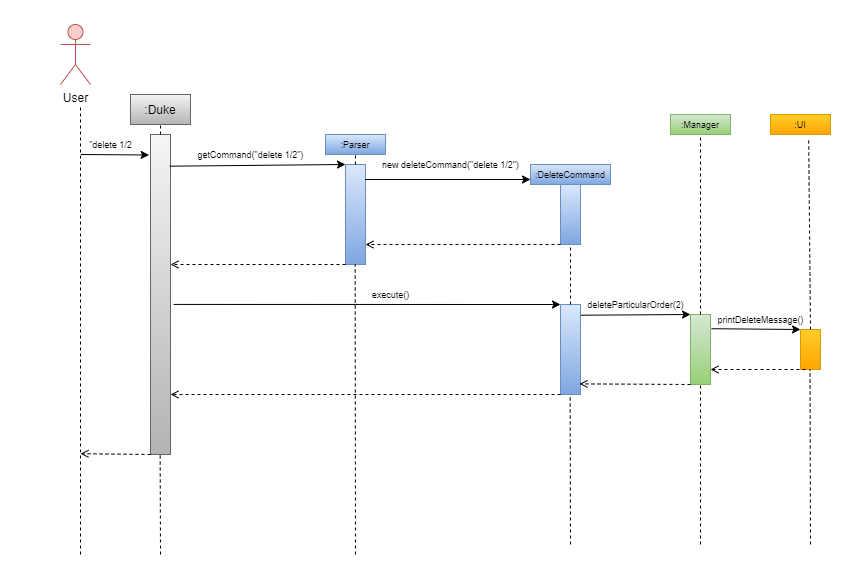
Above: UMLdiagrams/ArchitectureDiagrams/DeleteSeq.png in thaddyyz/tp (draw.io), before the change. Source tidied: cells renumbered, new cells last; positions are measured from the earlier drawing's top-left corner, leaving out a move shared by most shapes. Source of this version:
```xml
<mxGraphModel>
  <root>
    <mxCell id="0" />
    <mxCell id="1" parent="0" />
    <mxCell id="2" style="endArrow=none;dashed=1;html=1;rounded=0;" parent="1" edge="1">
      <mxGeometry relative="1" as="geometry">
        <mxPoint x="20" y="530" as="sourcePoint" />
        <mxPoint x="20" y="80" as="targetPoint" />
      </mxGeometry>
    </mxCell>
    <mxCell id="3" value="User&lt;br&gt;" style="shape=umlActor;verticalLabelPosition=bottom;verticalAlign=top;html=1;fillColor=#f8cecc;strokeColor=#b85450;" parent="1" vertex="1">
      <mxGeometry width="30" height="60" as="geometry" />
    </mxCell>
    <mxCell id="4" value=":Duke" style="whiteSpace=wrap;html=1;fillColor=#f5f5f5;gradientColor=#b3b3b3;strokeColor=#666666;" parent="1" vertex="1">
      <mxGeometry x="70" y="70" width="60" height="30" as="geometry" />
    </mxCell>
    <mxCell id="5" style="rounded=0;whiteSpace=wrap;html=1;fillColor=#f5f5f5;gradientColor=#b3b3b3;strokeColor=#666666;" parent="1" vertex="1">
      <mxGeometry x="90" y="110" width="20" height="320" as="geometry" />
    </mxCell>
    <mxCell id="6" style="endArrow=classic;html=1;rounded=0;fontColor=#FF0000;entryX=-0.07;entryY=0.064;entryDx=0;entryDy=0;entryPerimeter=0;" parent="1" edge="1" target="5">
      <mxGeometry relative="1" as="geometry">
        <mxPoint x="20.3" y="130" as="sourcePoint" />
      </mxGeometry>
    </mxCell>
    <mxCell id="7" style="endArrow=none;dashed=1;html=1;rounded=0;fontSize=10;fontColor=#000000;entryX=0.5;entryY=1;entryDx=0;entryDy=0;exitX=0.5;exitY=0;exitDx=0;exitDy=0;" parent="1" edge="1" source="5" target="4">
      <mxGeometry relative="1" as="geometry" />
    </mxCell>
    <mxCell id="8" style="endArrow=open;html=1;rounded=0;fontSize=9;fontColor=#000000;exitX=0;exitY=1;exitDx=0;exitDy=0;entryX=0.983;entryY=0.92;entryDx=0;entryDy=0;entryPerimeter=0;dashed=1;endFill=0;" parent="1" edge="1" source="5">
      <mxGeometry relative="1" as="geometry">
        <mxPoint x="20" y="429.2" as="targetPoint" />
      </mxGeometry>
    </mxCell>
    <mxCell id="9" value="&quot;delete 1/2" style="text;html=1;align=center;verticalAlign=middle;strokeColor=none;fillColor=none;fontSize=9;fontColor=#000000;" parent="1" vertex="1">
      <mxGeometry x="20" y="110" width="60" height="20" as="geometry" />
    </mxCell>
    <mxCell id="10" value=":Parser" style="rounded=0;whiteSpace=wrap;html=1;fontSize=9;fillColor=#dae8fc;gradientColor=#7ea6e0;strokeColor=#6c8ebf;" parent="1" vertex="1">
      <mxGeometry x="265" y="110" width="60" height="20" as="geometry" />
    </mxCell>
    <mxCell id="11" style="rounded=0;whiteSpace=wrap;html=1;fillColor=#dae8fc;strokeColor=#6c8ebf;gradientColor=#7ea6e0;" parent="1" vertex="1">
      <mxGeometry x="285" y="140" width="20" height="100" as="geometry" />
    </mxCell>
    <mxCell id="12" style="endArrow=none;dashed=1;html=1;rounded=0;fontSize=9;fontColor=#000000;entryX=0.5;entryY=1;entryDx=0;entryDy=0;exitX=0.5;exitY=0;exitDx=0;exitDy=0;" parent="1" edge="1" source="11" target="10">
      <mxGeometry relative="1" as="geometry" />
    </mxCell>
    <mxCell id="13" style="endArrow=classic;html=1;rounded=0;fontSize=9;fontColor=#000000;entryX=0;entryY=0;entryDx=0;entryDy=0;exitX=0.967;exitY=0.099;exitDx=0;exitDy=0;exitPerimeter=0;" parent="1" edge="1" source="5" target="11">
      <mxGeometry relative="1" as="geometry" />
    </mxCell>
    <mxCell id="14" style="endArrow=open;html=1;rounded=0;dashed=1;fontSize=9;fontColor=#000000;exitX=0;exitY=1;exitDx=0;exitDy=0;endFill=0;" parent="1" edge="1" source="11">
      <mxGeometry relative="1" as="geometry">
        <mxPoint x="110" y="240" as="targetPoint" />
      </mxGeometry>
    </mxCell>
    <mxCell id="15" value="getCommand(&quot;delete 1/2&quot;)" style="text;html=1;align=center;verticalAlign=middle;strokeColor=none;fillColor=none;fontSize=9;fontColor=#000000;" parent="1" vertex="1">
      <mxGeometry x="130" y="120" width="120" height="20" as="geometry" />
    </mxCell>
    <mxCell id="16" value=":DeleteCommand" style="rounded=0;whiteSpace=wrap;html=1;fontSize=9;fillColor=#dae8fc;gradientColor=#7ea6e0;strokeColor=#6c8ebf;" parent="1" vertex="1">
      <mxGeometry x="470" y="140" width="80" height="20" as="geometry" />
    </mxCell>
    <mxCell id="17" style="rounded=0;whiteSpace=wrap;html=1;fillColor=#dae8fc;strokeColor=#6c8ebf;gradientColor=#7ea6e0;" parent="1" vertex="1">
      <mxGeometry x="500" y="160" width="20" height="60" as="geometry" />
    </mxCell>
    <mxCell id="18" style="endArrow=classic;html=1;rounded=0;fontSize=9;fontColor=#000000;entryX=0;entryY=0.75;entryDx=0;entryDy=0;exitX=0.976;exitY=0.15;exitDx=0;exitDy=0;exitPerimeter=0;" parent="1" edge="1" source="11" target="16">
      <mxGeometry relative="1" as="geometry" />
    </mxCell>
    <mxCell id="19" value="new deleteCommand(&quot;delete 1/2&quot;)" style="text;html=1;align=center;verticalAlign=middle;strokeColor=none;fillColor=none;fontSize=9;fontColor=#000000;" parent="1" vertex="1">
      <mxGeometry x="315" y="130" width="150" height="20" as="geometry" />
    </mxCell>
    <mxCell id="20" style="endArrow=open;html=1;rounded=0;fontSize=9;fontColor=#000000;exitX=0;exitY=1;exitDx=0;exitDy=0;entryX=1;entryY=0.8;entryDx=0;entryDy=0;entryPerimeter=0;dashed=1;endFill=0;" parent="1" edge="1" source="17" target="11">
      <mxGeometry relative="1" as="geometry" />
    </mxCell>
    <mxCell id="21" style="rounded=0;whiteSpace=wrap;html=1;fillColor=#dae8fc;strokeColor=#6c8ebf;gradientColor=#7ea6e0;" parent="1" vertex="1">
      <mxGeometry x="500" y="280" width="20" height="90" as="geometry" />
    </mxCell>
    <mxCell id="22" style="endArrow=none;dashed=1;html=1;rounded=0;fontSize=9;fontColor=#000000;entryX=0.5;entryY=1;entryDx=0;entryDy=0;exitX=0.5;exitY=0;exitDx=0;exitDy=0;" parent="1" edge="1" source="21" target="17">
      <mxGeometry relative="1" as="geometry" />
    </mxCell>
    <mxCell id="23" style="endArrow=none;dashed=1;html=1;rounded=0;fontSize=9;fontColor=#000000;entryX=0.5;entryY=1;entryDx=0;entryDy=0;" parent="1" edge="1">
      <mxGeometry relative="1" as="geometry">
        <mxPoint x="510" y="520" as="sourcePoint" />
        <mxPoint x="509.7" y="370" as="targetPoint" />
      </mxGeometry>
    </mxCell>
    <mxCell id="24" style="endArrow=none;dashed=1;html=1;rounded=0;fontSize=9;fontColor=#000000;entryX=0.5;entryY=1;entryDx=0;entryDy=0;" parent="1" edge="1">
      <mxGeometry relative="1" as="geometry">
        <mxPoint x="100" y="530" as="sourcePoint" />
        <mxPoint x="99.7" y="430" as="targetPoint" />
      </mxGeometry>
    </mxCell>
    <mxCell id="25" style="endArrow=none;dashed=1;html=1;rounded=0;fontSize=9;fontColor=#000000;entryX=0.5;entryY=1;entryDx=0;entryDy=0;" parent="1" edge="1">
      <mxGeometry relative="1" as="geometry">
        <mxPoint x="295" y="530" as="sourcePoint" />
        <mxPoint x="294.7" y="240" as="targetPoint" />
      </mxGeometry>
    </mxCell>
    <mxCell id="26" style="endArrow=classic;html=1;rounded=0;fontSize=9;fontColor=#000000;entryX=0;entryY=0;entryDx=0;entryDy=0;exitX=1.157;exitY=0.531;exitDx=0;exitDy=0;exitPerimeter=0;" parent="1" edge="1" source="5" target="21">
      <mxGeometry relative="1" as="geometry" />
    </mxCell>
    <mxCell id="27" value="execute()" style="text;html=1;align=center;verticalAlign=middle;strokeColor=none;fillColor=none;fontSize=9;fontColor=#000000;" parent="1" vertex="1">
      <mxGeometry x="305" y="260" width="50" height="20" as="geometry" />
    </mxCell>
    <mxCell id="28" style="endArrow=open;html=1;rounded=0;fontSize=9;fontColor=#000000;exitX=0;exitY=1;exitDx=0;exitDy=0;dashed=1;endFill=0;" parent="1" edge="1" source="21">
      <mxGeometry relative="1" as="geometry">
        <mxPoint x="110" y="370" as="targetPoint" />
      </mxGeometry>
    </mxCell>
    <mxCell id="29" value=":Manager" style="rounded=0;whiteSpace=wrap;html=1;fontSize=9;fillColor=#d5e8d4;gradientColor=#97d077;strokeColor=#82b366;" parent="1" vertex="1">
      <mxGeometry x="610" y="90" width="60" height="20" as="geometry" />
    </mxCell>
    <mxCell id="30" style="rounded=0;whiteSpace=wrap;html=1;fillColor=#d5e8d4;strokeColor=#82b366;gradientColor=#97d077;" parent="1" vertex="1">
      <mxGeometry x="630" y="290" width="20" height="70" as="geometry" />
    </mxCell>
    <mxCell id="31" style="endArrow=none;dashed=1;html=1;rounded=0;fontSize=9;fontColor=#000000;exitX=0.5;exitY=0;exitDx=0;exitDy=0;entryX=0.5;entryY=1;entryDx=0;entryDy=0;" parent="1" edge="1" source="30" target="29">
      <mxGeometry relative="1" as="geometry" />
    </mxCell>
    <mxCell id="32" style="endArrow=classic;html=1;rounded=0;fontSize=9;fontColor=#000000;entryX=0;entryY=0;entryDx=0;entryDy=0;exitX=1.021;exitY=0.119;exitDx=0;exitDy=0;exitPerimeter=0;" parent="1" edge="1" source="21" target="30">
      <mxGeometry relative="1" as="geometry" />
    </mxCell>
    <mxCell id="33" value="deleteParticularOrder(2)" style="text;html=1;align=center;verticalAlign=middle;strokeColor=none;fillColor=none;fontSize=9;fontColor=#000000;" parent="1" vertex="1">
      <mxGeometry x="520" y="270" width="110" height="20" as="geometry" />
    </mxCell>
    <mxCell id="34" style="endArrow=open;html=1;rounded=0;fontSize=9;fontColor=#000000;exitX=0;exitY=1;exitDx=0;exitDy=0;entryX=0.95;entryY=0.882;entryDx=0;entryDy=0;entryPerimeter=0;dashed=1;endFill=0;" parent="1" edge="1" source="30" target="21">
      <mxGeometry relative="1" as="geometry" />
    </mxCell>
    <mxCell id="35" value=":UI" style="rounded=0;whiteSpace=wrap;html=1;fontSize=9;fillColor=#ffcd28;gradientColor=#ffa500;strokeColor=#d79b00;" parent="1" vertex="1">
      <mxGeometry x="710" y="90" width="60" height="20" as="geometry" />
    </mxCell>
    <mxCell id="36" style="rounded=0;whiteSpace=wrap;html=1;fillColor=#ffcd28;strokeColor=#d79b00;gradientColor=#ffa500;" parent="1" vertex="1">
      <mxGeometry x="740" y="305" width="20" height="40" as="geometry" />
    </mxCell>
    <mxCell id="37" style="endArrow=none;dashed=1;html=1;rounded=0;fontSize=9;fontColor=#000000;exitX=0.5;exitY=0;exitDx=0;exitDy=0;entryX=0.636;entryY=1.247;entryDx=0;entryDy=0;entryPerimeter=0;" parent="1" edge="1" source="36" target="35">
      <mxGeometry relative="1" as="geometry" />
    </mxCell>
    <mxCell id="38" style="endArrow=classic;html=1;rounded=0;fontSize=9;fontColor=#000000;exitX=1.05;exitY=0.203;exitDx=0;exitDy=0;exitPerimeter=0;entryX=0;entryY=0;entryDx=0;entryDy=0;" parent="1" edge="1" source="30" target="36">
      <mxGeometry relative="1" as="geometry" />
    </mxCell>
    <mxCell id="39" value="printDeleteMessage()" style="text;html=1;align=center;verticalAlign=middle;strokeColor=none;fillColor=none;fontSize=9;fontColor=#000000;" parent="1" vertex="1">
      <mxGeometry x="650" y="285" width="100" height="20" as="geometry" />
    </mxCell>
    <mxCell id="40" style="endArrow=none;dashed=1;html=1;rounded=0;fontSize=9;fontColor=#000000;entryX=0.5;entryY=1;entryDx=0;entryDy=0;" parent="1" edge="1" target="30">
      <mxGeometry relative="1" as="geometry">
        <mxPoint x="640" y="520" as="sourcePoint" />
      </mxGeometry>
    </mxCell>
    <mxCell id="41" style="endArrow=open;html=1;rounded=0;fontSize=9;fontColor=#000000;exitX=0.25;exitY=1;exitDx=0;exitDy=0;dashed=1;endFill=0;" parent="1" edge="1" source="36">
      <mxGeometry relative="1" as="geometry">
        <mxPoint x="650" y="345" as="targetPoint" />
      </mxGeometry>
    </mxCell>
    <mxCell id="42" style="endArrow=none;dashed=1;html=1;rounded=0;fontSize=9;fontColor=#000000;entryX=0.5;entryY=1;entryDx=0;entryDy=0;" parent="1" edge="1">
      <mxGeometry relative="1" as="geometry">
        <mxPoint x="750" y="520" as="sourcePoint" />
        <mxPoint x="749.5" y="345" as="targetPoint" />
      </mxGeometry>
    </mxCell>
  </root>
</mxGraphModel>
```
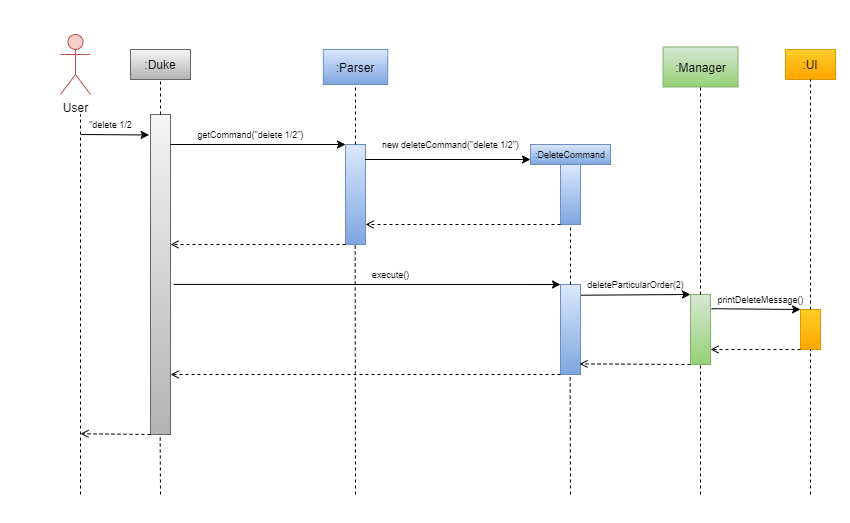
The same file after the commit.

The edit, as a diff of the source:
```diff
@@ -4,15 +4,15 @@
     <mxCell id="1" parent="0" />
     <mxCell id="2" style="endArrow=none;dashed=1;html=1;rounded=0;" parent="1" edge="1">
       <mxGeometry relative="1" as="geometry">
-        <mxPoint x="20" y="530" as="sourcePoint" />
-        <mxPoint x="20" y="80" as="targetPoint" />
+        <mxPoint x="20" y="490" as="sourcePoint" />
+        <mxPoint x="20" y="110" as="targetPoint" />
       </mxGeometry>
     </mxCell>
     <mxCell id="3" value="User&lt;br&gt;" style="shape=umlActor;verticalLabelPosition=bottom;verticalAlign=top;html=1;fillColor=#f8cecc;strokeColor=#b85450;" parent="1" vertex="1">
-      <mxGeometry width="30" height="60" as="geometry" />
+      <mxGeometry y="30" width="30" height="60" as="geometry" />
     </mxCell>
     <mxCell id="4" value=":Duke" style="whiteSpace=wrap;html=1;fillColor=#f5f5f5;gradientColor=#b3b3b3;strokeColor=#666666;" parent="1" vertex="1">
-      <mxGeometry x="70" y="70" width="60" height="30" as="geometry" />
+      <mxGeometry x="70" y="45" width="60" height="30" as="geometry" />
     </mxCell>
     <mxCell id="5" style="rounded=0;whiteSpace=wrap;html=1;fillColor=#f5f5f5;gradientColor=#b3b3b3;strokeColor=#666666;" parent="1" vertex="1">
       <mxGeometry x="90" y="110" width="20" height="320" as="geometry" />
@@ -33,8 +33,8 @@
     <mxCell id="9" value="&quot;delete 1/2" style="text;html=1;align=center;verticalAlign=middle;strokeColor=none;fillColor=none;fontSize=9;fontColor=#000000;" parent="1" vertex="1">
       <mxGeometry x="20" y="110" width="60" height="20" as="geometry" />
     </mxCell>
-    <mxCell id="10" value=":Parser" style="rounded=0;whiteSpace=wrap;html=1;fontSize=9;fillColor=#dae8fc;gradientColor=#7ea6e0;strokeColor=#6c8ebf;" parent="1" vertex="1">
-      <mxGeometry x="265" y="110" width="60" height="20" as="geometry" />
+    <mxCell id="10" value=":Parser" style="rounded=0;whiteSpace=wrap;html=1;fontSize=12;fillColor=#dae8fc;gradientColor=#7ea6e0;strokeColor=#6c8ebf;" parent="1" vertex="1">
+      <mxGeometry x="262.8" y="45" width="64.4" height="35" as="geometry" />
     </mxCell>
     <mxCell id="11" style="rounded=0;whiteSpace=wrap;html=1;fillColor=#dae8fc;strokeColor=#6c8ebf;gradientColor=#7ea6e0;" parent="1" vertex="1">
       <mxGeometry x="285" y="140" width="20" height="100" as="geometry" />
@@ -42,8 +42,10 @@
     <mxCell id="12" style="endArrow=none;dashed=1;html=1;rounded=0;fontSize=9;fontColor=#000000;entryX=0.5;entryY=1;entryDx=0;entryDy=0;exitX=0.5;exitY=0;exitDx=0;exitDy=0;" parent="1" edge="1" source="11" target="10">
       <mxGeometry relative="1" as="geometry" />
     </mxCell>
-    <mxCell id="13" style="endArrow=classic;html=1;rounded=0;fontSize=9;fontColor=#000000;entryX=0;entryY=0;entryDx=0;entryDy=0;exitX=0.967;exitY=0.099;exitDx=0;exitDy=0;exitPerimeter=0;" parent="1" edge="1" source="5" target="11">
-      <mxGeometry relative="1" as="geometry" />
+    <mxCell id="13" style="endArrow=classic;html=1;rounded=0;fontSize=9;fontColor=#000000;entryX=0;entryY=0;entryDx=0;entryDy=0;" parent="1" edge="1" target="11">
+      <mxGeometry relative="1" as="geometry">
+        <mxPoint x="110" y="140" as="sourcePoint" />
+      </mxGeometry>
     </mxCell>
     <mxCell id="14" style="endArrow=open;html=1;rounded=0;dashed=1;fontSize=9;fontColor=#000000;exitX=0;exitY=1;exitDx=0;exitDy=0;endFill=0;" parent="1" edge="1" source="11">
       <mxGeometry relative="1" as="geometry">
@@ -76,19 +78,19 @@
     </mxCell>
     <mxCell id="23" style="endArrow=none;dashed=1;html=1;rounded=0;fontSize=9;fontColor=#000000;entryX=0.5;entryY=1;entryDx=0;entryDy=0;" parent="1" edge="1">
       <mxGeometry relative="1" as="geometry">
-        <mxPoint x="510" y="520" as="sourcePoint" />
+        <mxPoint x="510" y="490" as="sourcePoint" />
         <mxPoint x="509.7" y="370" as="targetPoint" />
       </mxGeometry>
     </mxCell>
     <mxCell id="24" style="endArrow=none;dashed=1;html=1;rounded=0;fontSize=9;fontColor=#000000;entryX=0.5;entryY=1;entryDx=0;entryDy=0;" parent="1" edge="1">
       <mxGeometry relative="1" as="geometry">
-        <mxPoint x="100" y="530" as="sourcePoint" />
+        <mxPoint x="100" y="490" as="sourcePoint" />
         <mxPoint x="99.7" y="430" as="targetPoint" />
       </mxGeometry>
     </mxCell>
     <mxCell id="25" style="endArrow=none;dashed=1;html=1;rounded=0;fontSize=9;fontColor=#000000;entryX=0.5;entryY=1;entryDx=0;entryDy=0;" parent="1" edge="1">
       <mxGeometry relative="1" as="geometry">
-        <mxPoint x="295" y="530" as="sourcePoint" />
+        <mxPoint x="295" y="490" as="sourcePoint" />
         <mxPoint x="294.7" y="240" as="targetPoint" />
       </mxGeometry>
     </mxCell>
@@ -103,8 +105,8 @@
         <mxPoint x="110" y="370" as="targetPoint" />
       </mxGeometry>
     </mxCell>
-    <mxCell id="29" value=":Manager" style="rounded=0;whiteSpace=wrap;html=1;fontSize=9;fillColor=#d5e8d4;gradientColor=#97d077;strokeColor=#82b366;" parent="1" vertex="1">
-      <mxGeometry x="610" y="90" width="60" height="20" as="geometry" />
+    <mxCell id="29" value=":Manager" style="rounded=0;whiteSpace=wrap;html=1;fontSize=12;fillColor=#d5e8d4;gradientColor=#97d077;strokeColor=#82b366;" parent="1" vertex="1">
+      <mxGeometry x="602.5" y="42.5" width="75" height="40" as="geometry" />
     </mxCell>
     <mxCell id="30" style="rounded=0;whiteSpace=wrap;html=1;fillColor=#d5e8d4;strokeColor=#82b366;gradientColor=#97d077;" parent="1" vertex="1">
       <mxGeometry x="630" y="290" width="20" height="70" as="geometry" />
@@ -121,13 +123,13 @@
     <mxCell id="34" style="endArrow=open;html=1;rounded=0;fontSize=9;fontColor=#000000;exitX=0;exitY=1;exitDx=0;exitDy=0;entryX=0.95;entryY=0.882;entryDx=0;entryDy=0;entryPerimeter=0;dashed=1;endFill=0;" parent="1" edge="1" source="30" target="21">
       <mxGeometry relative="1" as="geometry" />
     </mxCell>
-    <mxCell id="35" value=":UI" style="rounded=0;whiteSpace=wrap;html=1;fontSize=9;fillColor=#ffcd28;gradientColor=#ffa500;strokeColor=#d79b00;" parent="1" vertex="1">
-      <mxGeometry x="710" y="90" width="60" height="20" as="geometry" />
+    <mxCell id="35" value=":UI" style="rounded=0;whiteSpace=wrap;html=1;fontSize=12;fillColor=#ffcd28;gradientColor=#ffa500;strokeColor=#d79b00;" parent="1" vertex="1">
+      <mxGeometry x="725" y="45" width="50" height="30" as="geometry" />
     </mxCell>
     <mxCell id="36" style="rounded=0;whiteSpace=wrap;html=1;fillColor=#ffcd28;strokeColor=#d79b00;gradientColor=#ffa500;" parent="1" vertex="1">
       <mxGeometry x="740" y="305" width="20" height="40" as="geometry" />
     </mxCell>
-    <mxCell id="37" style="endArrow=none;dashed=1;html=1;rounded=0;fontSize=9;fontColor=#000000;exitX=0.5;exitY=0;exitDx=0;exitDy=0;entryX=0.636;entryY=1.247;entryDx=0;entryDy=0;entryPerimeter=0;" parent="1" edge="1" source="36" target="35">
+    <mxCell id="37" style="endArrow=none;dashed=1;html=1;rounded=0;fontSize=9;fontColor=#000000;exitX=0.5;exitY=0;exitDx=0;exitDy=0;entryX=0.5;entryY=1;entryDx=0;entryDy=0;" parent="1" edge="1" source="36" target="35">
       <mxGeometry relative="1" as="geometry" />
     </mxCell>
     <mxCell id="38" style="endArrow=classic;html=1;rounded=0;fontSize=9;fontColor=#000000;exitX=1.05;exitY=0.203;exitDx=0;exitDy=0;exitPerimeter=0;entryX=0;entryY=0;entryDx=0;entryDy=0;" parent="1" edge="1" source="30" target="36">
@@ -138,18 +140,19 @@
     </mxCell>
     <mxCell id="40" style="endArrow=none;dashed=1;html=1;rounded=0;fontSize=9;fontColor=#000000;entryX=0.5;entryY=1;entryDx=0;entryDy=0;" parent="1" edge="1" target="30">
       <mxGeometry relative="1" as="geometry">
-        <mxPoint x="640" y="520" as="sourcePoint" />
+        <mxPoint x="640" y="490" as="sourcePoint" />
       </mxGeometry>
     </mxCell>
-    <mxCell id="41" style="endArrow=open;html=1;rounded=0;fontSize=9;fontColor=#000000;exitX=0.25;exitY=1;exitDx=0;exitDy=0;dashed=1;endFill=0;" parent="1" edge="1" source="36">
+    <mxCell id="41" style="endArrow=open;html=1;rounded=0;fontSize=9;fontColor=#000000;dashed=1;endFill=0;" parent="1" edge="1">
       <mxGeometry relative="1" as="geometry">
+        <mxPoint x="740" y="345" as="sourcePoint" />
         <mxPoint x="650" y="345" as="targetPoint" />
       </mxGeometry>
     </mxCell>
     <mxCell id="42" style="endArrow=none;dashed=1;html=1;rounded=0;fontSize=9;fontColor=#000000;entryX=0.5;entryY=1;entryDx=0;entryDy=0;" parent="1" edge="1">
       <mxGeometry relative="1" as="geometry">
-        <mxPoint x="750" y="520" as="sourcePoint" />
-        <mxPoint x="749.5" y="345" as="targetPoint" />
+        <mxPoint x="750" y="490" as="sourcePoint" />
+        <mxPoint x="750" y="345" as="targetPoint" />
       </mxGeometry>
     </mxCell>
   </root>
```
